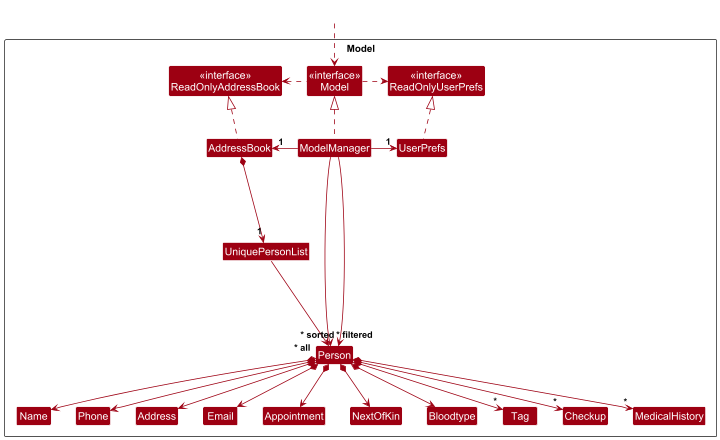
This is docs/images/ModelClassDiagram.png from chanjunlin/tp, a PlantUML export, as it was before one commit.
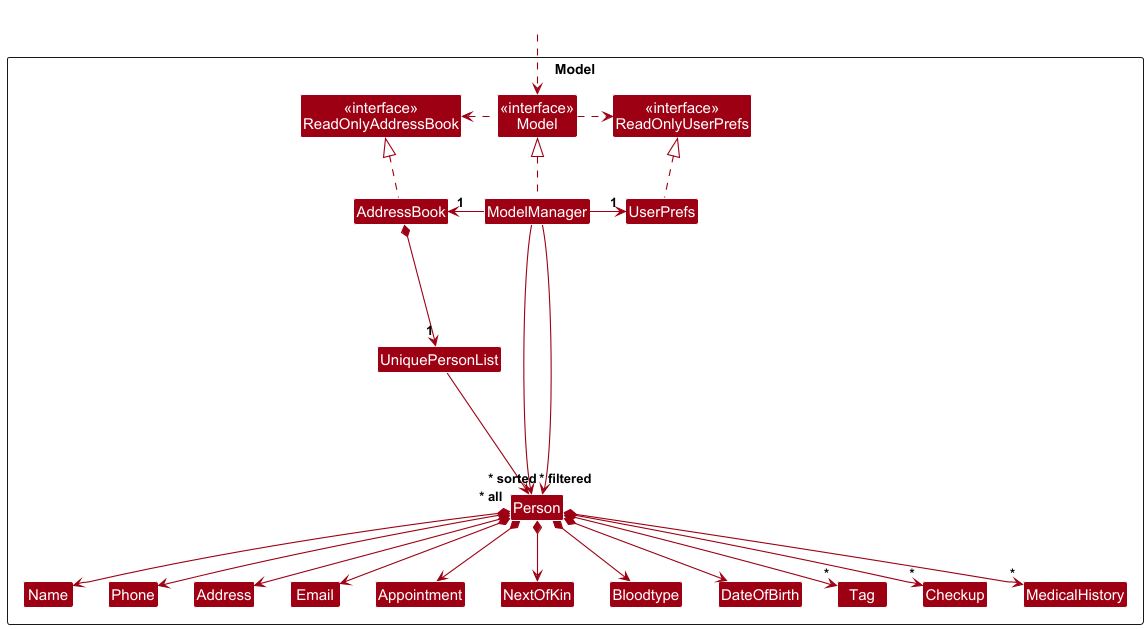
Later version of the same file.

Commit message:
Add dateofbirth to model

The edit, as a diff of the source:
```diff
@@ -24,7 +24,7 @@
 Class NextOfKin
 Class Checkup
 Class MedicalHistory
-
+Class DateOfBirth
 Class I #FFFFFF
 }
 
@@ -52,6 +52,7 @@
 Person *--> NextOfKin
 Person *--> "*" MedicalHistory
 Person *--> "*" Checkup
+Person *--> DateOfBirth
 
 I -[hidden]up--> UserPrefs
 Person -[hidden]up--> I
@@ -63,6 +64,7 @@
 Email -[hidden]right-> Appointment
 Appointment -[hidden]right-> NextOfKin
 NextOfKin -[hidden]right-> Bloodtype
+Bloodtype -[hidden]right-> DateOfBirth
 Bloodtype -[hidden]right-> Tag
 
 ModelManager --> "~* filtered" Person
```
